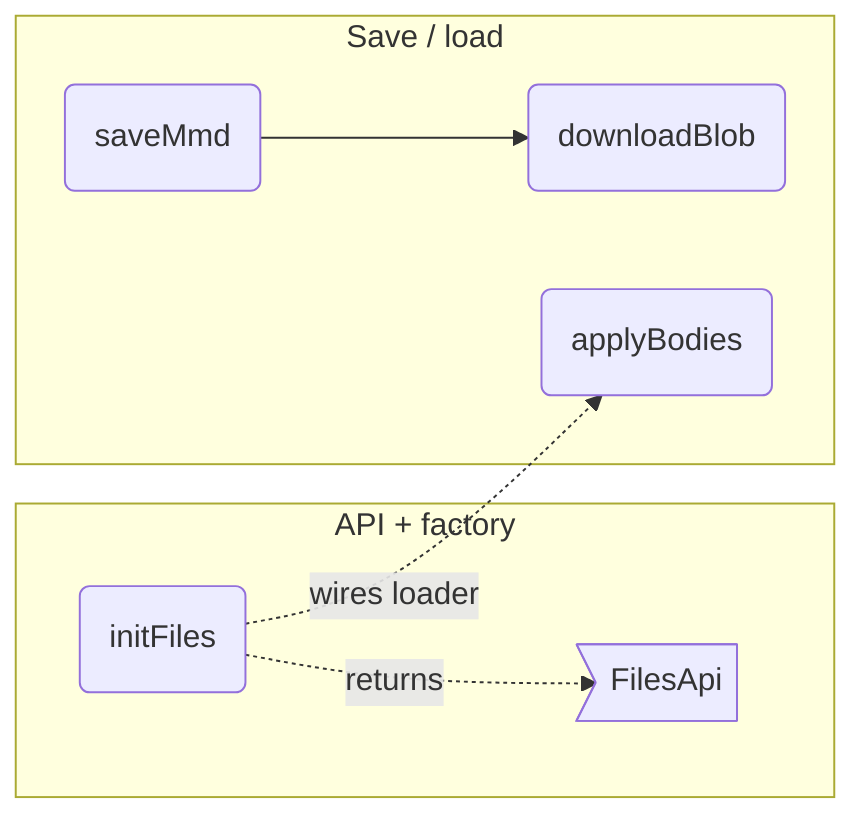
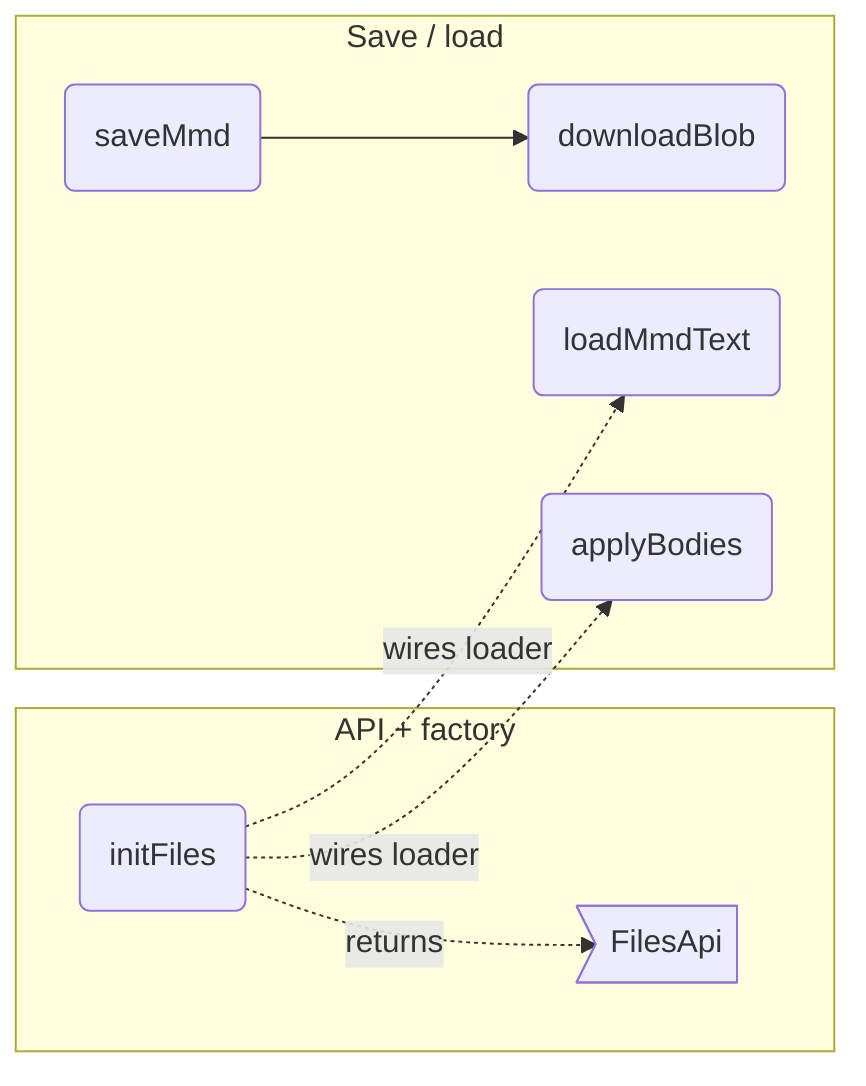
flowchart LR
%% root files

%% src FilesApi src/io/files.ts#FilesApi
%% kind FilesApi type
%% fm:meta FilesApi name=FilesApi
- %% fm:meta FilesApi desc=public surface: saveMmd
+ %% fm:meta FilesApi desc=public surface: saveMmd, loadMmdText, loadBodies

%% src initFiles src/io/files.ts#initFiles
%% kind initFiles function
%% fm:meta initFiles name=initFiles
- %% fm:meta initFiles desc=wire save plus the hidden .mmd and bodies.json file inputs, bound to ctx
+ %% fm:meta initFiles desc=wire save plus the hidden .mmd and bodies.json file inputs, bound to ctx; the load verbs are exposed on FilesApi (loadMmdText, loadBodies) so the unfold io tab and the legacy inputs share one code path
%% fm:meta initFiles i0.name=initFiles
%% fm:meta initFiles i0.accepts=ctx: AppContext
%% fm:meta initFiles i0.accepts=mermaid: MermaidApi
%% fm:meta initFiles i0.accepts=camera: CameraApi
%% fm:meta initFiles i0.returns=FilesApi

%% src saveMmd src/io/files.ts#saveMmd
%% kind saveMmd function
%% fm:meta saveMmd name=saveMmd
%% fm:meta saveMmd desc=download the current diagram as a diagram.mmd text file
%% fm:meta saveMmd i0.name=saveMmd
%% fm:meta saveMmd i0.returns=void

%% src downloadBlob src/io/files.ts#downloadBlob
%% kind downloadBlob function
%% fm:meta downloadBlob name=downloadBlob
%% fm:meta downloadBlob desc=trigger a browser download for a blob with a given filename
%% fm:meta downloadBlob i0.name=downloadBlob
%% fm:meta downloadBlob i0.accepts=blob: Blob
%% fm:meta downloadBlob i0.accepts=name: string
%% fm:meta downloadBlob i0.returns=void

+ %% src loadMmdText src/io/files.ts#loadMmdText
+ %% kind loadMmdText function
+ %% fm:meta loadMmdText name=loadMmdText
+ %% fm:meta loadMmdText desc=replace the diagram from .mmd text: apply through the mermaid module (the only parse path) then zoom to fit — the one code path behind the legacy hidden input and the unfold io tab
+ %% fm:meta loadMmdText i0.name=loadMmdText
+ %% fm:meta loadMmdText i0.accepts=text: string
+ %% fm:meta loadMmdText i0.returns=void
+ 
%% src applyBodies src/io/files.ts#applyBodies
%% kind applyBodies function
%% fm:meta applyBodies name=applyBodies
%% fm:meta applyBodies desc=validate a parsed bodies.json object into ctx.bodies for the source viewer
%% fm:meta applyBodies i0.name=applyBodies
%% fm:meta applyBodies i0.accepts=raw: unknown
%% fm:meta applyBodies i0.returns=void

%% parent f_api files
%% parent f_io files

  subgraph f_api ["API + factory"]
    FilesApi>"FilesApi"]
    initFiles("initFiles")
  end
  subgraph f_io ["Save / load"]
    saveMmd("saveMmd")
    downloadBlob("downloadBlob")
+     loadMmdText("loadMmdText")
    applyBodies("applyBodies")
  end

  saveMmd --> downloadBlob
  initFiles -.->|returns| FilesApi
+   initFiles -.->|wires loader| loadMmdText
  initFiles -.->|wires loader| applyBodies
